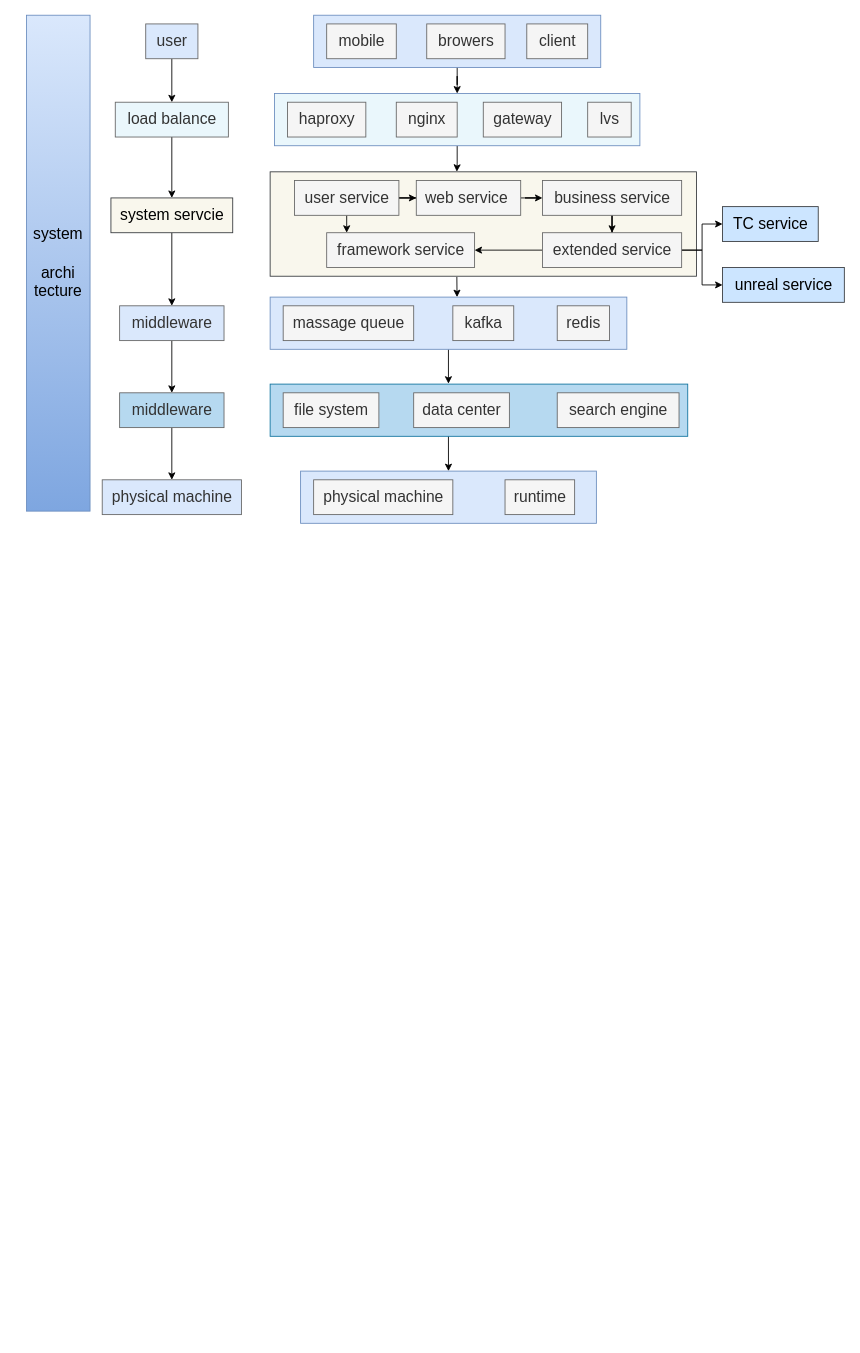
Before: page "micro_arch" (1 of 4) of Untitled Diagram.drawio in ssider/draw, a draw.io diagram. Source tidied: cells renumbered, new cells numbered last; positions are measured from the earlier drawing's top-left corner, leaving out a move shared by most shapes. Both pictures are drawn from the tidied source at 87%, with x=0, y=0 at pixel (26, 15).
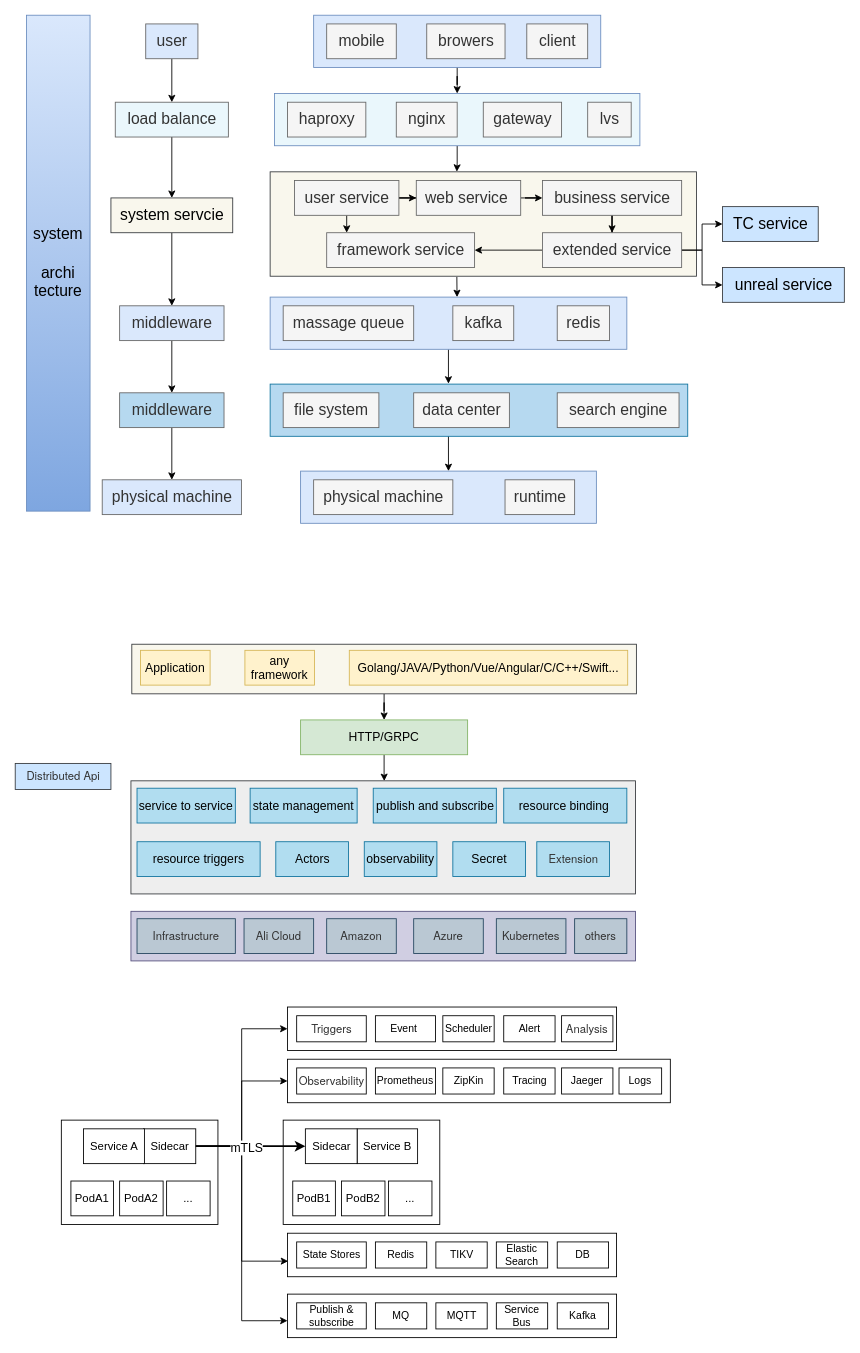
The same page after the edit.

What changed in the source:
```diff
@@
+    <mxCell id="54" style="edgeStyle=orthogonalEdgeStyle;rounded=0;jettySize=auto;html=1;fontSize=14;" parent="1" edge="1" source="55" target="78">
+      <mxGeometry relative="1" as="geometry" />
+    </mxCell>
+    <mxCell id="55" style="rounded=0;whiteSpace=wrap;html=1;fontSize=13;fillColor=#f9f7ed;strokeColor=#36393d;" parent="1" vertex="1">
+      <mxGeometry x="121" y="723" width="580" height="57" as="geometry" />
+    </mxCell>
+    <mxCell id="56" value="any framework" style="rounded=0;whiteSpace=wrap;html=1;fontSize=14;fillColor=#fff2cc;strokeColor=#d6b656;" parent="1" vertex="1">
+      <mxGeometry x="251" y="730" width="80" height="40" as="geometry" />
+    </mxCell>
+    <mxCell id="57" value="Golang/JAVA/Python/Vue/Angular/C/C++/Swift..." style="rounded=0;whiteSpace=wrap;html=1;fontSize=14;fillColor=#fff2cc;strokeColor=#d6b656;" parent="1" vertex="1">
+      <mxGeometry x="371" y="730" width="320" height="40" as="geometry" />
+    </mxCell>
+    <mxCell id="58" value="Application" style="rounded=0;whiteSpace=wrap;html=1;fontSize=14;fillColor=#fff2cc;strokeColor=#d6b656;" parent="1" vertex="1">
+      <mxGeometry x="131" y="730" width="80" height="40" as="geometry" />
+    </mxCell>
+    <mxCell id="59" style="rounded=0;whiteSpace=wrap;html=1;fontSize=13;fillColor=#eeeeee;strokeColor=#36393d;" parent="1" vertex="1">
+      <mxGeometry x="120" y="880" width="580" height="130" as="geometry" />
+    </mxCell>
+    <mxCell id="60" value="service to service" style="rounded=0;whiteSpace=wrap;html=1;fontSize=14;fillColor=#b1ddf0;strokeColor=#10739e;" parent="1" vertex="1">
+      <mxGeometry x="127" y="888.5" width="113" height="40" as="geometry" />
+    </mxCell>
+    <mxCell id="61" value="state management" style="rounded=0;whiteSpace=wrap;html=1;fontSize=14;fillColor=#b1ddf0;strokeColor=#10739e;" parent="1" vertex="1">
+      <mxGeometry x="257" y="888.5" width="123" height="40" as="geometry" />
+    </mxCell>
+    <mxCell id="62" value="publish and subscribe" style="rounded=0;whiteSpace=wrap;html=1;fontSize=14;fillColor=#b1ddf0;strokeColor=#10739e;" parent="1" vertex="1">
+      <mxGeometry x="398.5" y="888.5" width="141.5" height="40" as="geometry" />
+    </mxCell>
+    <mxCell id="63" value="resource binding&amp;nbsp;" style="rounded=0;whiteSpace=wrap;html=1;fontSize=14;fillColor=#b1ddf0;strokeColor=#10739e;" parent="1" vertex="1">
+      <mxGeometry x="548.5" y="888.5" width="141.5" height="40" as="geometry" />
+    </mxCell>
+    <mxCell id="64" value="resource triggers" style="rounded=0;whiteSpace=wrap;html=1;fontSize=14;fillColor=#b1ddf0;strokeColor=#10739e;" parent="1" vertex="1">
+      <mxGeometry x="127" y="950" width="141.5" height="40" as="geometry" />
+    </mxCell>
+    <mxCell id="65" value="&lt;span style=&quot;color: rgb(51, 51, 51); font-family: &amp;quot;Helvetica Neue&amp;quot;, Helvetica, Arial, &amp;quot;Hiragino Sans GB&amp;quot;, &amp;quot;Hiragino Sans GB W3&amp;quot;, &amp;quot;Microsoft YaHei UI&amp;quot;, &amp;quot;Microsoft YaHei&amp;quot;, sans-serif; font-size: 13px; text-align: start;&quot;&gt;Distributed Api&lt;/span&gt;" style="text;html=1;align=center;verticalAlign=middle;strokeColor=#36393d;fillColor=#cce5ff;fontSize=14;" parent="1" vertex="1">
+      <mxGeometry x="-13" y="860" width="110" height="30" as="geometry" />
+    </mxCell>
+    <mxCell id="66" value="Actors" style="rounded=0;whiteSpace=wrap;html=1;fontSize=14;fillColor=#b1ddf0;strokeColor=#10739e;" parent="1" vertex="1">
+      <mxGeometry x="286.5" y="950" width="83.5" height="40" as="geometry" />
+    </mxCell>
+    <mxCell id="67" value="observability" style="rounded=0;whiteSpace=wrap;html=1;fontSize=14;fillColor=#b1ddf0;strokeColor=#10739e;" parent="1" vertex="1">
+      <mxGeometry x="388.2" y="950" width="83.5" height="40" as="geometry" />
+    </mxCell>
+    <mxCell id="68" value="Secret" style="rounded=0;whiteSpace=wrap;html=1;fontSize=14;fillColor=#b1ddf0;strokeColor=#10739e;" parent="1" vertex="1">
+      <mxGeometry x="490" y="950" width="83.5" height="40" as="geometry" />
+    </mxCell>
+    <mxCell id="69" value="&lt;span style=&quot;color: rgb(51, 51, 51); font-family: &amp;quot;Helvetica Neue&amp;quot;, Helvetica, Arial, &amp;quot;Hiragino Sans GB&amp;quot;, &amp;quot;Hiragino Sans GB W3&amp;quot;, &amp;quot;Microsoft YaHei UI&amp;quot;, &amp;quot;Microsoft YaHei&amp;quot;, sans-serif; font-size: 13px; text-align: start;&quot;&gt;Extension&lt;/span&gt;" style="rounded=0;whiteSpace=wrap;html=1;fontSize=14;fillColor=#b1ddf0;strokeColor=#10739e;" parent="1" vertex="1">
+      <mxGeometry x="586.5" y="950" width="83.5" height="40" as="geometry" />
+    </mxCell>
+    <mxCell id="70" style="rounded=0;whiteSpace=wrap;html=1;fontSize=13;fillColor=#d0cee2;strokeColor=#56517e;" parent="1" vertex="1">
+      <mxGeometry x="120" y="1030" width="580" height="57" as="geometry" />
+    </mxCell>
+    <mxCell id="71" value="&lt;span style=&quot;color: rgb(51, 51, 51); font-family: &amp;quot;Helvetica Neue&amp;quot;, Helvetica, Arial, &amp;quot;Hiragino Sans GB&amp;quot;, &amp;quot;Hiragino Sans GB W3&amp;quot;, &amp;quot;Microsoft YaHei UI&amp;quot;, &amp;quot;Microsoft YaHei&amp;quot;, sans-serif; font-size: 13px; text-align: start;&quot;&gt;Infrastructure&lt;/span&gt;" style="rounded=0;whiteSpace=wrap;html=1;fontSize=14;fillColor=#bac8d3;strokeColor=#23445d;" parent="1" vertex="1">
+      <mxGeometry x="127" y="1038.5" width="113" height="40" as="geometry" />
+    </mxCell>
+    <mxCell id="72" value="&lt;span style=&quot;color: rgb(51, 51, 51); font-family: &amp;quot;Helvetica Neue&amp;quot;, Helvetica, Arial, &amp;quot;Hiragino Sans GB&amp;quot;, &amp;quot;Hiragino Sans GB W3&amp;quot;, &amp;quot;Microsoft YaHei UI&amp;quot;, &amp;quot;Microsoft YaHei&amp;quot;, sans-serif; font-size: 13px; text-align: start;&quot;&gt;Ali Cloud&lt;/span&gt;" style="rounded=0;whiteSpace=wrap;html=1;fontSize=14;fillColor=#bac8d3;strokeColor=#23445d;" parent="1" vertex="1">
+      <mxGeometry x="250" y="1038.5" width="80" height="40" as="geometry" />
+    </mxCell>
+    <mxCell id="73" value="&lt;span style=&quot;color: rgb(51, 51, 51); font-family: &amp;quot;Helvetica Neue&amp;quot;, Helvetica, Arial, &amp;quot;Hiragino Sans GB&amp;quot;, &amp;quot;Hiragino Sans GB W3&amp;quot;, &amp;quot;Microsoft YaHei UI&amp;quot;, &amp;quot;Microsoft YaHei&amp;quot;, sans-serif; font-size: 13px; text-align: start;&quot;&gt;Amazon&lt;/span&gt;" style="rounded=0;whiteSpace=wrap;html=1;fontSize=14;fillColor=#bac8d3;strokeColor=#23445d;" parent="1" vertex="1">
+      <mxGeometry x="345" y="1038.5" width="80" height="40" as="geometry" />
+    </mxCell>
+    <mxCell id="74" value="&lt;span style=&quot;color: rgb(51, 51, 51); font-family: &amp;quot;Helvetica Neue&amp;quot;, Helvetica, Arial, &amp;quot;Hiragino Sans GB&amp;quot;, &amp;quot;Hiragino Sans GB W3&amp;quot;, &amp;quot;Microsoft YaHei UI&amp;quot;, &amp;quot;Microsoft YaHei&amp;quot;, sans-serif; font-size: 13px; text-align: start;&quot;&gt;Azure&lt;/span&gt;" style="rounded=0;whiteSpace=wrap;html=1;fontSize=14;fillColor=#bac8d3;strokeColor=#23445d;" parent="1" vertex="1">
+      <mxGeometry x="445" y="1038.5" width="80" height="40" as="geometry" />
+    </mxCell>
+    <mxCell id="75" value="&lt;span style=&quot;color: rgb(51, 51, 51); font-family: &amp;quot;Helvetica Neue&amp;quot;, Helvetica, Arial, &amp;quot;Hiragino Sans GB&amp;quot;, &amp;quot;Hiragino Sans GB W3&amp;quot;, &amp;quot;Microsoft YaHei UI&amp;quot;, &amp;quot;Microsoft YaHei&amp;quot;, sans-serif; font-size: 13px; text-align: start;&quot;&gt;Kubernetes&lt;/span&gt;" style="rounded=0;whiteSpace=wrap;html=1;fontSize=14;fillColor=#bac8d3;strokeColor=#23445d;" parent="1" vertex="1">
+      <mxGeometry x="540" y="1038.5" width="80" height="40" as="geometry" />
+    </mxCell>
+    <mxCell id="76" value="&lt;span style=&quot;color: rgb(51, 51, 51); font-family: &amp;quot;Helvetica Neue&amp;quot;, Helvetica, Arial, &amp;quot;Hiragino Sans GB&amp;quot;, &amp;quot;Hiragino Sans GB W3&amp;quot;, &amp;quot;Microsoft YaHei UI&amp;quot;, &amp;quot;Microsoft YaHei&amp;quot;, sans-serif; font-size: 13px; text-align: start;&quot;&gt;others&lt;/span&gt;" style="rounded=0;whiteSpace=wrap;html=1;fontSize=14;fillColor=#bac8d3;strokeColor=#23445d;" parent="1" vertex="1">
+      <mxGeometry x="630" y="1038.5" width="60" height="40" as="geometry" />
+    </mxCell>
+    <mxCell id="77" style="edgeStyle=orthogonalEdgeStyle;rounded=0;jettySize=auto;html=1;entryX=0.502;entryY=0.002;entryDx=0;entryDy=0;entryPerimeter=0;fontSize=14;" parent="1" edge="1" source="78" target="59">
+      <mxGeometry relative="1" as="geometry" />
+    </mxCell>
+    <mxCell id="78" value="HTTP/GRPC" style="rounded=0;whiteSpace=wrap;html=1;fontSize=14;fillColor=#d5e8d4;strokeColor=#82b366;" parent="1" vertex="1">
+      <mxGeometry x="315" y="810" width="192" height="40" as="geometry" />
+    </mxCell>
+    <mxCell id="79" style="rounded=0;whiteSpace=wrap;html=1;fontSize=13;" parent="1" vertex="1">
+      <mxGeometry x="40" y="1270" width="180" height="120" as="geometry" />
+    </mxCell>
+    <mxCell id="80" value="PodA1" style="rounded=0;whiteSpace=wrap;html=1;fontSize=13;" parent="1" vertex="1">
+      <mxGeometry x="51" y="1340" width="49" height="40" as="geometry" />
+    </mxCell>
+    <mxCell id="81" style="edgeStyle=orthogonalEdgeStyle;rounded=0;jettySize=auto;html=1;entryX=0;entryY=0.5;entryDx=0;entryDy=0;strokeWidth=1;fontSize=12;endArrow=classic;endFill=1;targetPerimeterSpacing=0;" parent="1" edge="1" source="85" target="115">
+      <mxGeometry relative="1" as="geometry" />
+    </mxCell>
+    <mxCell id="82" style="edgeStyle=orthogonalEdgeStyle;rounded=0;jettySize=auto;html=1;entryX=0;entryY=0.5;entryDx=0;entryDy=0;strokeWidth=1;fontSize=12;endArrow=classic;endFill=1;targetPerimeterSpacing=0;" parent="1" edge="1" source="85" target="109">
+      <mxGeometry relative="1" as="geometry" />
+    </mxCell>
+    <mxCell id="83" style="edgeStyle=orthogonalEdgeStyle;rounded=0;jettySize=auto;html=1;entryX=0.002;entryY=0.642;entryDx=0;entryDy=0;entryPerimeter=0;strokeWidth=1;fontSize=12;endArrow=classic;endFill=1;targetPerimeterSpacing=0;" parent="1" edge="1" source="85" target="97">
+      <mxGeometry relative="1" as="geometry" />
+    </mxCell>
+    <mxCell id="84" style="edgeStyle=orthogonalEdgeStyle;rounded=0;jettySize=auto;html=1;entryX=0;entryY=0.611;entryDx=0;entryDy=0;entryPerimeter=0;strokeWidth=1;fontSize=12;endArrow=classic;endFill=1;targetPerimeterSpacing=0;" parent="1" edge="1" source="85" target="103">
+      <mxGeometry relative="1" as="geometry" />
+    </mxCell>
+    <mxCell id="85" value="Sidecar" style="rounded=0;whiteSpace=wrap;html=1;fontSize=13;" parent="1" vertex="1">
+      <mxGeometry x="134.5" y="1280" width="60" height="40" as="geometry" />
+    </mxCell>
+    <mxCell id="86" value="Service A" style="rounded=0;whiteSpace=wrap;html=1;fontSize=13;" parent="1" vertex="1">
+      <mxGeometry x="65.5" y="1280" width="70" height="40" as="geometry" />
+    </mxCell>
+    <mxCell id="87" value="PodA2" style="rounded=0;whiteSpace=wrap;html=1;fontSize=13;" parent="1" vertex="1">
+      <mxGeometry x="107" y="1340" width="50" height="40" as="geometry" />
+    </mxCell>
+    <mxCell id="88" value="..." style="rounded=0;whiteSpace=wrap;html=1;fontSize=13;" parent="1" vertex="1">
+      <mxGeometry x="161" y="1340" width="50" height="40" as="geometry" />
+    </mxCell>
+    <mxCell id="89" style="rounded=0;whiteSpace=wrap;html=1;fontSize=13;" parent="1" vertex="1">
+      <mxGeometry x="295" y="1270" width="180" height="120" as="geometry" />
+    </mxCell>
+    <mxCell id="90" value="PodB1" style="rounded=0;whiteSpace=wrap;html=1;fontSize=13;" parent="1" vertex="1">
+      <mxGeometry x="306" y="1340" width="49" height="40" as="geometry" />
+    </mxCell>
+    <mxCell id="91" value="Service B" style="rounded=0;whiteSpace=wrap;html=1;fontSize=13;" parent="1" vertex="1">
+      <mxGeometry x="380" y="1280" width="69.5" height="40" as="geometry" />
+    </mxCell>
+    <mxCell id="92" value="Sidecar" style="rounded=0;whiteSpace=wrap;html=1;fontSize=13;" parent="1" vertex="1">
+      <mxGeometry x="320.5" y="1280" width="59.5" height="40" as="geometry" />
+    </mxCell>
+    <mxCell id="93" value="PodB2" style="rounded=0;whiteSpace=wrap;html=1;fontSize=13;" parent="1" vertex="1">
+      <mxGeometry x="362" y="1340" width="50" height="40" as="geometry" />
+    </mxCell>
+    <mxCell id="94" value="..." style="rounded=0;whiteSpace=wrap;html=1;fontSize=13;" parent="1" vertex="1">
+      <mxGeometry x="416" y="1340" width="50" height="40" as="geometry" />
+    </mxCell>
+    <mxCell id="95" style="edgeStyle=orthogonalEdgeStyle;rounded=0;jettySize=auto;html=1;fontSize=14;entryX=0;entryY=0.5;entryDx=0;entryDy=0;endArrow=classic;endFill=1;targetPerimeterSpacing=0;strokeWidth=2;" parent="1" edge="1" source="85" target="92">
+      <mxGeometry relative="1" as="geometry" />
+    </mxCell>
+    <mxCell id="96" value="mTLS" style="edgeLabel;html=1;align=center;verticalAlign=middle;fontSize=14;" parent="95" vertex="1">
+      <mxGeometry x="-0.08" y="-1" relative="1" as="geometry" />
+    </mxCell>
+    <mxCell id="97" style="rounded=0;whiteSpace=wrap;html=1;fontSize=13;" parent="1" vertex="1">
+      <mxGeometry x="300" y="1400" width="378.2" height="50" as="geometry" />
+    </mxCell>
+    <mxCell id="98" value="State Stores" style="rounded=0;whiteSpace=wrap;html=1;fontSize=12;" parent="1" vertex="1">
+      <mxGeometry x="310.5" y="1410" width="80" height="30" as="geometry" />
+    </mxCell>
+    <mxCell id="99" value="Redis" style="rounded=0;whiteSpace=wrap;html=1;fontSize=12;" parent="1" vertex="1">
+      <mxGeometry x="401" y="1410" width="59" height="30" as="geometry" />
+    </mxCell>
+    <mxCell id="100" value="TIKV" style="rounded=0;whiteSpace=wrap;html=1;fontSize=12;" parent="1" vertex="1">
+      <mxGeometry x="470.5" y="1410" width="59" height="30" as="geometry" />
+    </mxCell>
+    <mxCell id="101" value="Elastic Search" style="rounded=0;whiteSpace=wrap;html=1;fontSize=12;" parent="1" vertex="1">
+      <mxGeometry x="540" y="1410" width="59" height="30" as="geometry" />
+    </mxCell>
+    <mxCell id="102" value="DB" style="rounded=0;whiteSpace=wrap;html=1;fontSize=12;" parent="1" vertex="1">
+      <mxGeometry x="610" y="1410" width="59" height="30" as="geometry" />
+    </mxCell>
+    <mxCell id="103" style="rounded=0;whiteSpace=wrap;html=1;fontSize=13;" parent="1" vertex="1">
+      <mxGeometry x="300" y="1470" width="378.2" height="50" as="geometry" />
+    </mxCell>
+    <mxCell id="104" value="Publish &amp;amp; subscribe" style="rounded=0;whiteSpace=wrap;html=1;fontSize=12;" parent="1" vertex="1">
+      <mxGeometry x="310.5" y="1480" width="80" height="30" as="geometry" />
+    </mxCell>
+    <mxCell id="105" value="MQ" style="rounded=0;whiteSpace=wrap;html=1;fontSize=12;" parent="1" vertex="1">
+      <mxGeometry x="401" y="1480" width="59" height="30" as="geometry" />
+    </mxCell>
+    <mxCell id="106" value="MQTT" style="rounded=0;whiteSpace=wrap;html=1;fontSize=12;" parent="1" vertex="1">
+      <mxGeometry x="470.5" y="1480" width="59" height="30" as="geometry" />
+    </mxCell>
+    <mxCell id="107" value="Service Bus" style="rounded=0;whiteSpace=wrap;html=1;fontSize=12;" parent="1" vertex="1">
+      <mxGeometry x="540" y="1480" width="59" height="30" as="geometry" />
+    </mxCell>
+    <mxCell id="108" value="Kafka" style="rounded=0;whiteSpace=wrap;html=1;fontSize=12;" parent="1" vertex="1">
+      <mxGeometry x="610" y="1480" width="59" height="30" as="geometry" />
+    </mxCell>
+    <mxCell id="109" style="rounded=0;whiteSpace=wrap;html=1;fontSize=13;" parent="1" vertex="1">
+      <mxGeometry x="300" y="1200" width="440" height="50" as="geometry" />
+    </mxCell>
+    <mxCell id="110" value="&lt;span style=&quot;color: rgb(51, 51, 51); font-family: &amp;quot;Helvetica Neue&amp;quot;, Helvetica, Arial, &amp;quot;Hiragino Sans GB&amp;quot;, &amp;quot;Hiragino Sans GB W3&amp;quot;, &amp;quot;Microsoft YaHei UI&amp;quot;, &amp;quot;Microsoft YaHei&amp;quot;, sans-serif; font-size: 13px; text-align: start;&quot;&gt;Observability&lt;/span&gt;" style="rounded=0;whiteSpace=wrap;html=1;fontSize=12;" parent="1" vertex="1">
+      <mxGeometry x="310.5" y="1210" width="80" height="30" as="geometry" />
+    </mxCell>
+    <mxCell id="111" value="Prometheus" style="rounded=0;whiteSpace=wrap;html=1;fontSize=12;" parent="1" vertex="1">
+      <mxGeometry x="401" y="1210" width="69" height="30" as="geometry" />
+    </mxCell>
+    <mxCell id="112" value="ZipKin" style="rounded=0;whiteSpace=wrap;html=1;fontSize=12;" parent="1" vertex="1">
+      <mxGeometry x="478.5" y="1210" width="59" height="30" as="geometry" />
+    </mxCell>
+    <mxCell id="113" value="Tracing" style="rounded=0;whiteSpace=wrap;html=1;fontSize=12;" parent="1" vertex="1">
+      <mxGeometry x="548.5" y="1210" width="59" height="30" as="geometry" />
+    </mxCell>
+    <mxCell id="114" value="Jaeger" style="rounded=0;whiteSpace=wrap;html=1;fontSize=12;" parent="1" vertex="1">
+      <mxGeometry x="615" y="1210" width="59" height="30" as="geometry" />
+    </mxCell>
+    <mxCell id="115" style="rounded=0;whiteSpace=wrap;html=1;fontSize=13;" parent="1" vertex="1">
+      <mxGeometry x="300" y="1140" width="378.2" height="50" as="geometry" />
+    </mxCell>
+    <mxCell id="116" value="&lt;span style=&quot;color: rgb(51, 51, 51); font-family: &amp;quot;Helvetica Neue&amp;quot;, Helvetica, Arial, &amp;quot;Hiragino Sans GB&amp;quot;, &amp;quot;Hiragino Sans GB W3&amp;quot;, &amp;quot;Microsoft YaHei UI&amp;quot;, &amp;quot;Microsoft YaHei&amp;quot;, sans-serif; font-size: 13px; text-align: start;&quot;&gt;Triggers&lt;/span&gt;" style="rounded=0;whiteSpace=wrap;html=1;fontSize=12;" parent="1" vertex="1">
+      <mxGeometry x="310.5" y="1150" width="80" height="30" as="geometry" />
+    </mxCell>
+    <mxCell id="117" value="Event&amp;nbsp;" style="rounded=0;whiteSpace=wrap;html=1;fontSize=12;" parent="1" vertex="1">
+      <mxGeometry x="401" y="1150" width="69" height="30" as="geometry" />
+    </mxCell>
+    <mxCell id="118" value="Scheduler" style="rounded=0;whiteSpace=wrap;html=1;fontSize=12;" parent="1" vertex="1">
+      <mxGeometry x="478.5" y="1150" width="59" height="30" as="geometry" />
+    </mxCell>
+    <mxCell id="119" value="Alert" style="rounded=0;whiteSpace=wrap;html=1;fontSize=12;" parent="1" vertex="1">
+      <mxGeometry x="548.5" y="1150" width="59" height="30" as="geometry" />
+    </mxCell>
+    <mxCell id="120" value="&lt;span style=&quot;color: rgb(51, 51, 51); font-family: &amp;quot;Helvetica Neue&amp;quot;, Helvetica, Arial, &amp;quot;Hiragino Sans GB&amp;quot;, &amp;quot;Hiragino Sans GB W3&amp;quot;, &amp;quot;Microsoft YaHei UI&amp;quot;, &amp;quot;Microsoft YaHei&amp;quot;, sans-serif; font-size: 13px; text-align: start;&quot;&gt;Analysis&lt;/span&gt;" style="rounded=0;whiteSpace=wrap;html=1;fontSize=12;" parent="1" vertex="1">
+      <mxGeometry x="615" y="1150" width="59" height="30" as="geometry" />
+    </mxCell>
+    <mxCell id="121" value="Logs" style="rounded=0;whiteSpace=wrap;html=1;fontSize=12;" parent="1" vertex="1">
+      <mxGeometry x="681" y="1210" width="49" height="30" as="geometry" />
+    </mxCell>
```
